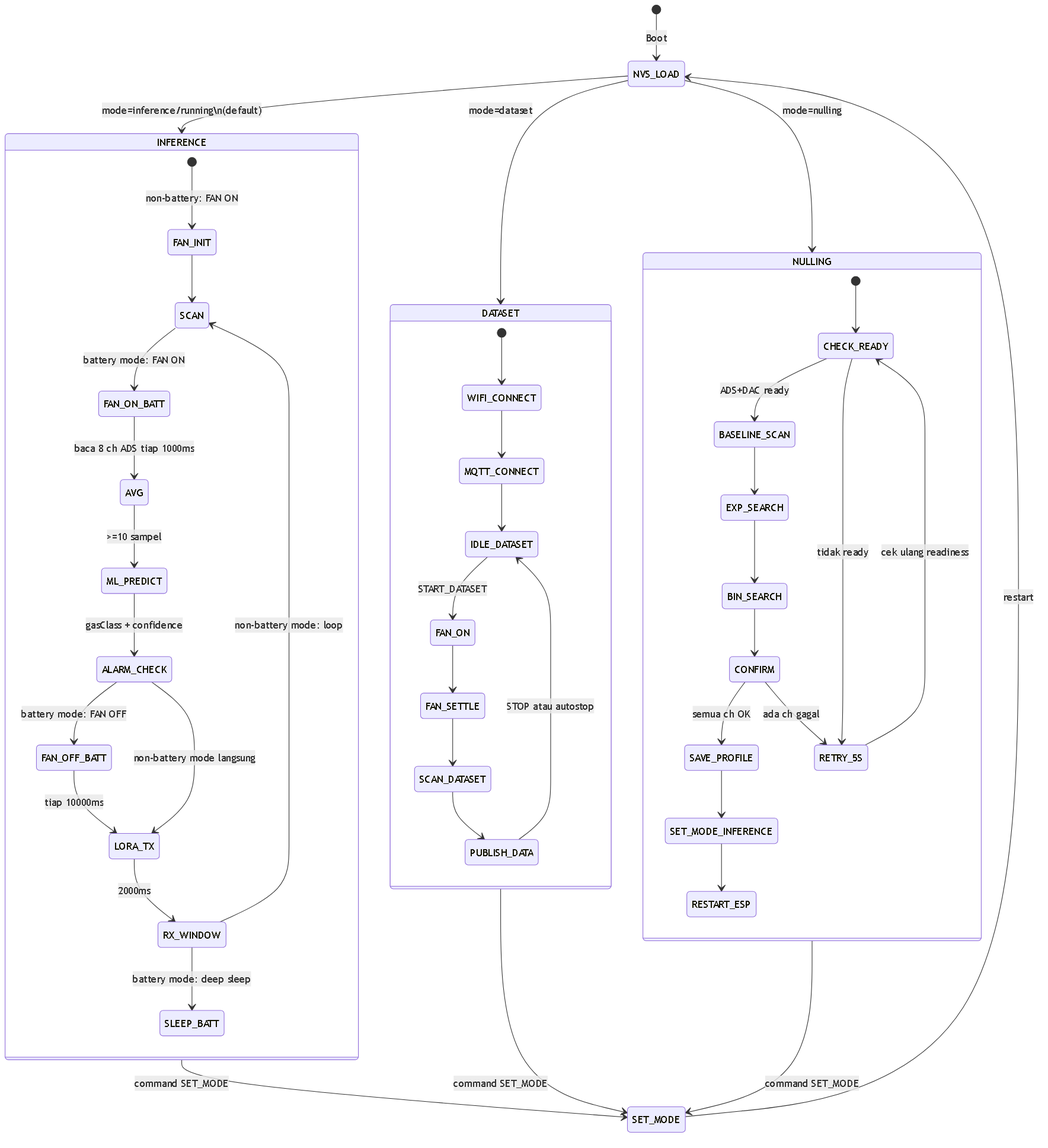
fadlurrahmanf/PertaminaGLD keeps this Mermaid diagram as _mermaid_tmp/diag_06.png. Above is the earlier version. Its source is kept beside it as _mermaid_tmp/diag_06.mmd.
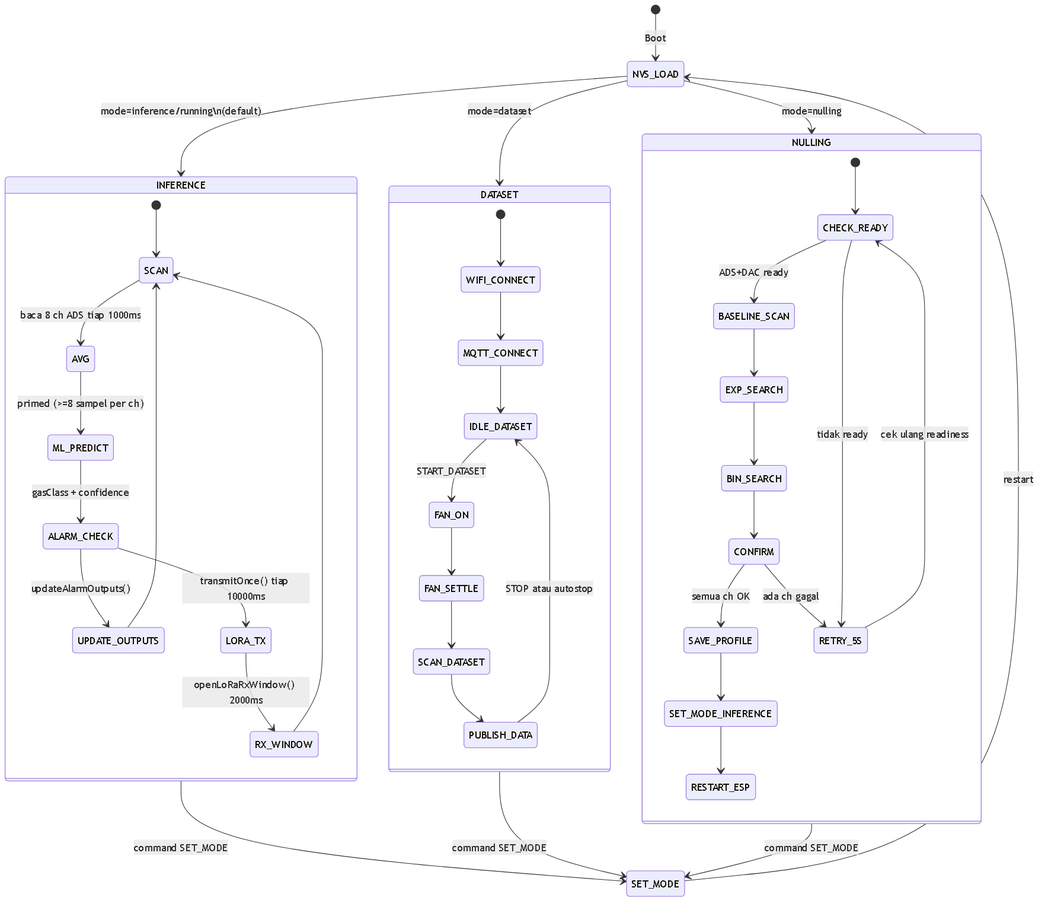
After the change.

Diff of the diagram source:
```diff
@@ -5,18 +5,15 @@
     NVS_LOAD --> NULLING : mode=nulling
 
     state INFERENCE {
-        [*] --> FAN_INIT : non-battery: FAN ON
-        FAN_INIT --> SCAN
-        SCAN --> FAN_ON_BATT : battery mode: FAN ON
-        FAN_ON_BATT --> AVG : baca 8 ch ADS tiap 1000ms
-        AVG --> ML_PREDICT : >=10 sampel
+        [*] --> SCAN
+        SCAN --> AVG : baca 8 ch ADS tiap 1000ms
+        AVG --> ML_PREDICT : primed (>=8 sampel per ch)
         ML_PREDICT --> ALARM_CHECK : gasClass + confidence
-        ALARM_CHECK --> FAN_OFF_BATT : battery mode: FAN OFF
-        FAN_OFF_BATT --> LORA_TX : tiap 10000ms
-        ALARM_CHECK --> LORA_TX : non-battery mode langsung
-        LORA_TX --> RX_WINDOW : 2000ms
-        RX_WINDOW --> SLEEP_BATT : battery mode: deep sleep
-        RX_WINDOW --> SCAN : non-battery mode: loop
+        ALARM_CHECK --> UPDATE_OUTPUTS : updateAlarmOutputs()
+        UPDATE_OUTPUTS --> SCAN
+        ALARM_CHECK --> LORA_TX : transmitOnce() tiap 10000ms
+        LORA_TX --> RX_WINDOW : openLoRaRxWindow() 2000ms
+        RX_WINDOW --> SCAN
     }
 
     state DATASET {
```
